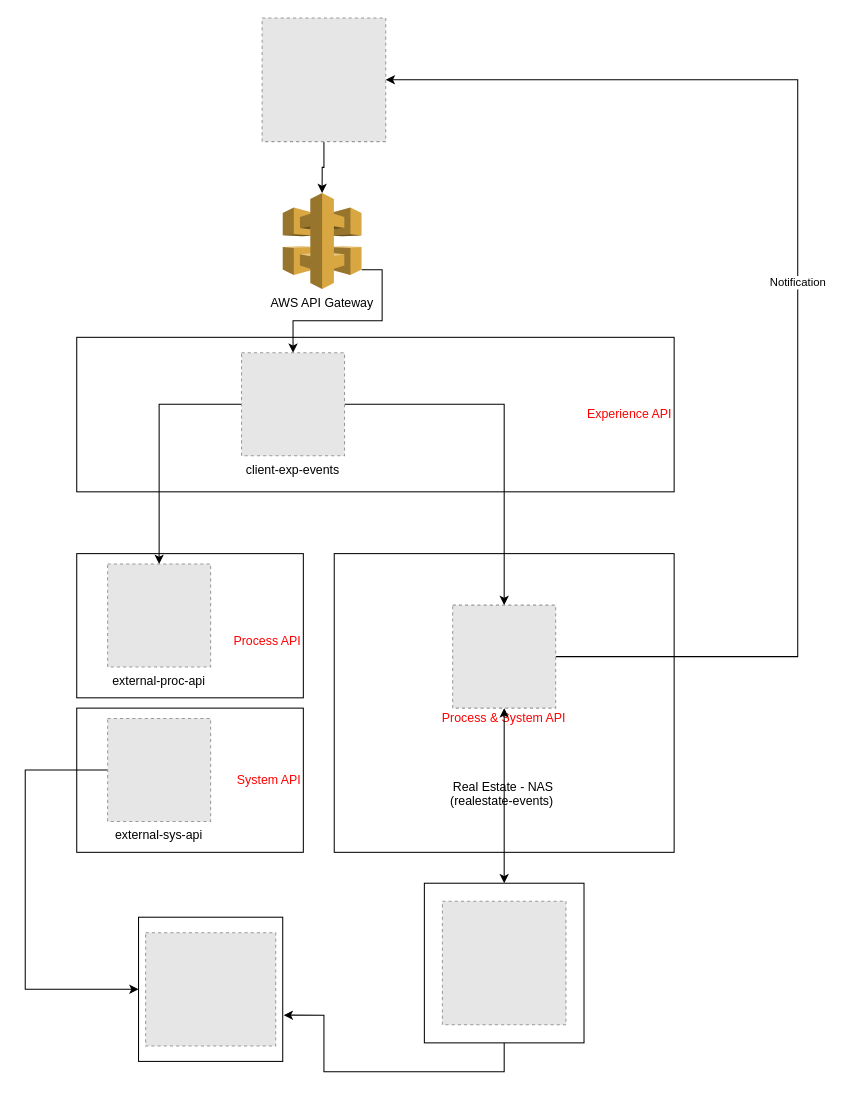
The draw.io diagram page "HUB_BMO_Specific" (4 of 4) of RELNKS_Arechitect.drawio in hsrchung81/FlowDiagram, before the edit. Source tidied: cells renumbered, new cells numbered last; positions are measured from the earlier drawing's top-left corner, leaving out a move shared by most shapes. Both pictures are drawn from the tidied source at 103%, with x=0, y=0 at pixel (25, 18). Pictures stored in the file or linked from it are replaced by grey dashed boxes.
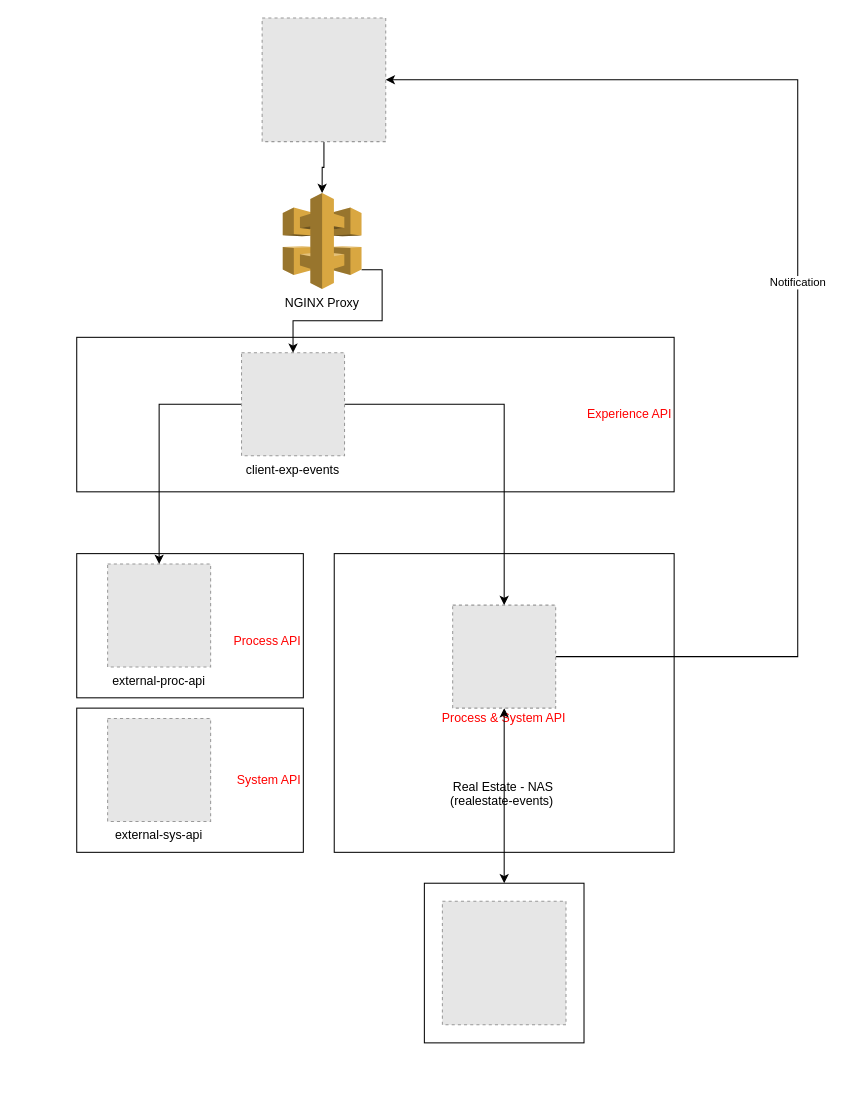
The same page after the edit.

The change refers to these unchanged cells:
```xml
<mxCell id="11" value="external-sys-api" style="fillColor=#E6E6E6;strokeColor=#999999;dashed=1;verticalLabelPosition=bottom;verticalAlign=top;" parent="1" vertex="1">
  <mxGeometry x="80" y="680" width="100" height="100" as="geometry" />
</mxCell>
<mxCell id="19" style="whiteSpace=wrap;html=1;" parent="18" vertex="1">
  <mxGeometry width="155" height="155" as="geometry" />
</mxCell>
```

The edit, as a diff of the source:
```diff
@@
-    <mxCell id="10" style="edgeStyle=orthogonalEdgeStyle;rounded=0;jettySize=auto;html=1;entryX=0;entryY=0.5;entryDx=0;entryDy=0;" parent="1" edge="1" source="11" target="16">
-      <mxGeometry relative="1" as="geometry">
-        <Array as="points">
-          <mxPoint y="943" />
-        </Array>
-      </mxGeometry>
-    </mxCell>
@@
-    <mxCell id="15" style="group;" parent="1" vertex="1">
-      <mxGeometry x="110" y="873" width="140" height="140" as="geometry" />
-    </mxCell>
-    <mxCell id="16" style="whiteSpace=wrap;html=1;" parent="15" vertex="1">
-      <mxGeometry width="140" height="140" as="geometry" />
-    </mxCell>
-    <mxCell id="17" style="fillColor=#E6E6E6;strokeColor=#999999;dashed=1;verticalLabelPosition=bottom;labelBackgroundColor=#ffffff;verticalAlign=top;" parent="15" vertex="1">
-      <mxGeometry x="6.9" y="15" width="126.3" height="110" as="geometry" />
-    </mxCell>
@@
-    <mxCell id="21" style="edgeStyle=orthogonalEdgeStyle;rounded=0;jettySize=auto;html=1;entryX=1.007;entryY=0.679;entryDx=0;entryDy=0;entryPerimeter=0;exitX=0.5;exitY=1;exitDx=0;exitDy=0;" parent="1" edge="1" source="19" target="16">
-      <mxGeometry relative="1" as="geometry">
-        <Array as="points">
-          <mxPoint x="465" y="1023" />
-          <mxPoint x="290" y="1023" />
-          <mxPoint x="290" y="968" />
-        </Array>
-      </mxGeometry>
-    </mxCell>
@@
-    <mxCell id="23" value="AWS API Gateway" style="outlineConnect=0;dashed=0;verticalLabelPosition=bottom;verticalAlign=top;align=center;html=1;shape=mxgraph.aws3.api_gateway;fillColor=#D9A741;gradientColor=none;" parent="1" vertex="1">
+    <mxCell id="23" value="NGINX Proxy" style="outlineConnect=0;dashed=0;verticalLabelPosition=bottom;verticalAlign=top;align=center;html=1;shape=mxgraph.aws3.api_gateway;fillColor=#D9A741;gradientColor=none;" parent="1" vertex="1">
       <mxGeometry x="250" y="170" width="76.5" height="93" as="geometry" />
     </mxCell>
```
